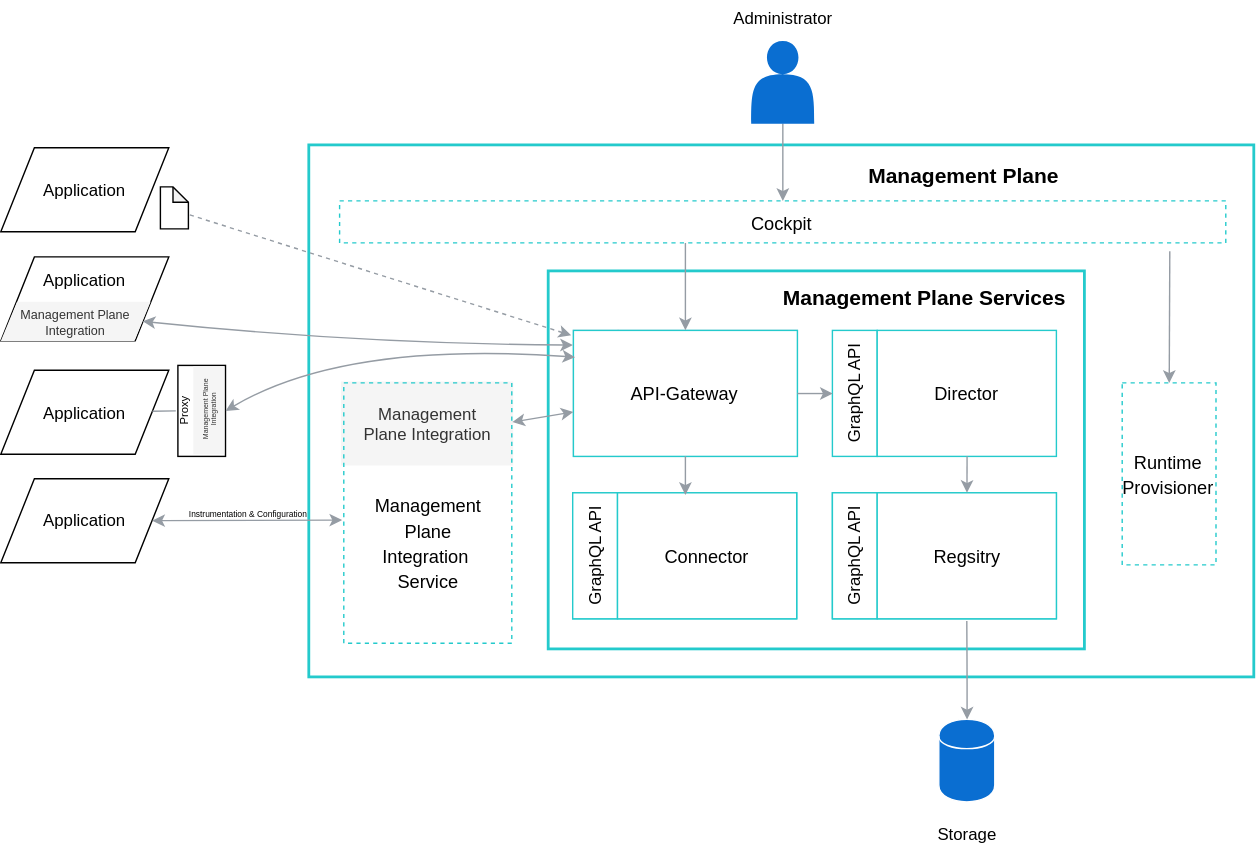
kyma-incubator/compass keeps this draw.io diagram as docs/compass/assets/mp-components.svg. Above is the earlier version. Source tidied: cells renumbered, new cells last; positions are measured from the earlier drawing's top-left corner, leaving out a move shared by most shapes.
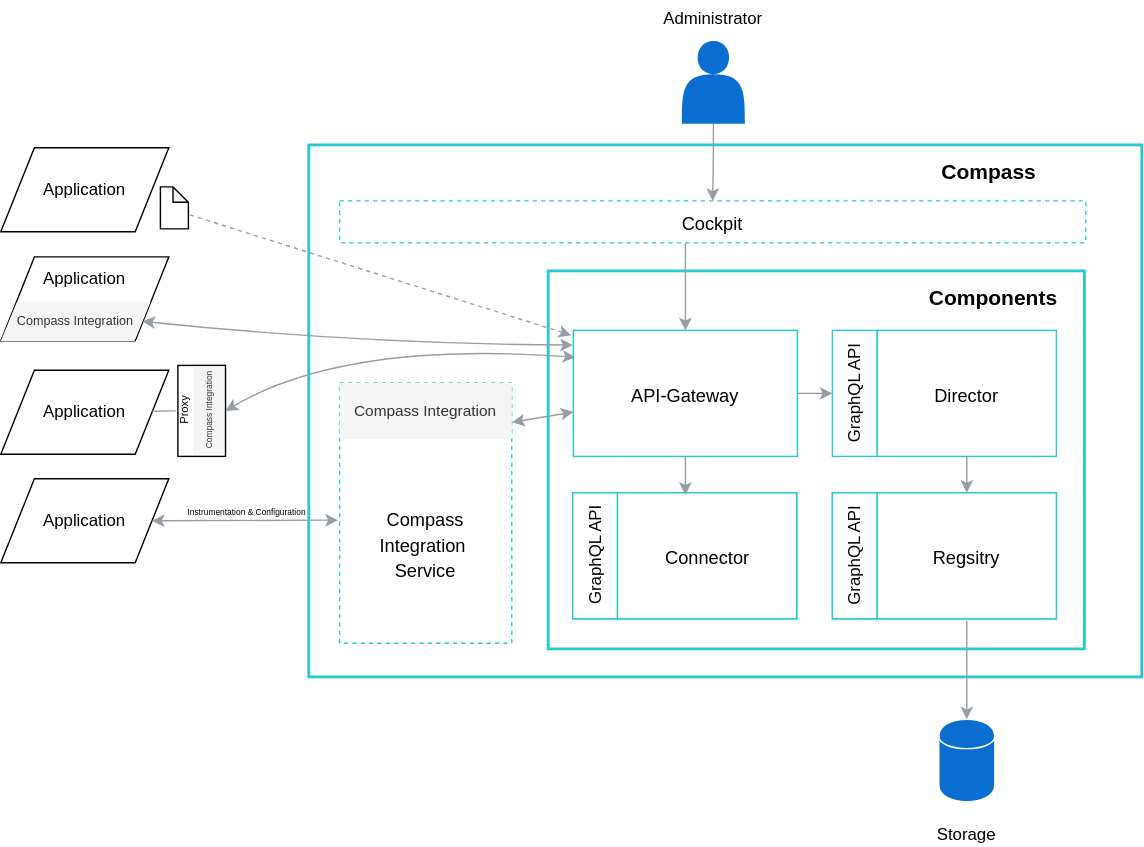
Above is the later version.

What changed in the source:
```diff
@@ -3,11 +3,8 @@
     <mxCell id="0" />
     <mxCell id="1" parent="0" />
     <mxCell id="2" style="rounded=0;whiteSpace=wrap;html=1;labelBackgroundColor=none;strokeColor=#24CACC;strokeWidth=2;fillColor=#FFFFFF;gradientColor=none;fontFamily=Helvetica;fontSize=15;fontColor=#000000;" parent="1" vertex="1">
-      <mxGeometry x="220" y="102" width="675" height="380" as="geometry" />
+      <mxGeometry x="220" y="102" width="595" height="380" as="geometry" />
     </mxCell>
-    <mxCell id="3" value="Management&lt;br&gt;Plane Integration&lt;br&gt;" style="rounded=0;whiteSpace=wrap;html=1;fillColor=#f5f5f5;strokeColor=none;fontColor=#333333;" parent="1" vertex="1">
-      <mxGeometry x="243" y="271" width="123" height="60" as="geometry" />
-    </mxCell>
     <mxCell id="4" style="rounded=0;whiteSpace=wrap;html=1;labelBackgroundColor=none;strokeColor=#24CACC;strokeWidth=2;fillColor=#FFFFFF;gradientColor=none;fontFamily=Helvetica;fontSize=15;fontColor=#000000;" parent="1" vertex="1">
       <mxGeometry x="391" y="192" width="383" height="270" as="geometry" />
     </mxCell>
@@ -44,8 +41,8 @@
     <mxCell id="15" value="&lt;font style=&quot;font-size: 13px&quot;&gt;Connector&lt;br&gt;&lt;/font&gt;" style="rounded=0;whiteSpace=wrap;html=1;labelBackgroundColor=none;strokeColor=#24CACC;strokeWidth=1;fillColor=#FFFFFF;gradientColor=none;fontFamily=Helvetica;fontSize=15;fontColor=#000000;" parent="13" vertex="1">
       <mxGeometry x="32" width="128" height="90" as="geometry" />
     </mxCell>
-    <mxCell id="16" value="&lt;b&gt;Management Plane Services&lt;br&gt;&lt;/b&gt;" style="text;html=1;strokeColor=none;fillColor=none;align=center;verticalAlign=middle;whiteSpace=wrap;rounded=0;labelBackgroundColor=none;fontFamily=Helvetica;fontSize=15;fontColor=#000000;" parent="1" vertex="1">
-      <mxGeometry x="554" y="192" width="211" height="37" as="geometry" />
+    <mxCell id="16" value="&lt;b&gt;Components&lt;br&gt;&lt;/b&gt;" style="text;html=1;strokeColor=none;fillColor=none;align=right;verticalAlign=middle;whiteSpace=wrap;rounded=0;labelBackgroundColor=none;fontFamily=Helvetica;fontSize=15;fontColor=#000000;" parent="1" vertex="1">
+      <mxGeometry x="545.5" y="192" width="211" height="37" as="geometry" />
     </mxCell>
     <mxCell id="17" style="group;" parent="1" vertex="1">
       <mxGeometry x="670" y="512.2" width="40" height="91" as="geometry" />
@@ -62,27 +59,21 @@
       </mxGeometry>
     </mxCell>
     <mxCell id="21" value="&lt;font style=&quot;font-size: 13px&quot;&gt;Cockpit&lt;br&gt;&lt;/font&gt;" style="rounded=0;whiteSpace=wrap;html=1;labelBackgroundColor=none;strokeColor=#24CACC;strokeWidth=1;fillColor=#FFFFFF;gradientColor=none;fontFamily=Helvetica;fontSize=15;fontColor=#000000;dashed=1;" parent="1" vertex="1">
-      <mxGeometry x="242" y="142" width="633" height="30" as="geometry" />
+      <mxGeometry x="242" y="142" width="533" height="30" as="geometry" />
     </mxCell>
-    <mxCell id="22" value="&lt;b&gt;Management Plane&lt;br&gt;&lt;/b&gt;" style="text;html=1;strokeColor=none;fillColor=none;align=center;verticalAlign=middle;whiteSpace=wrap;rounded=0;labelBackgroundColor=none;fontFamily=Helvetica;fontSize=15;fontColor=#000000;" parent="1" vertex="1">
-      <mxGeometry x="618.5" y="105" width="138" height="37" as="geometry" />
+    <mxCell id="22" value="&lt;b&gt;Compass&lt;br&gt;&lt;/b&gt;" style="text;html=1;strokeColor=none;fillColor=none;align=center;verticalAlign=middle;whiteSpace=wrap;rounded=0;labelBackgroundColor=none;fontFamily=Helvetica;fontSize=15;fontColor=#000000;" parent="1" vertex="1">
+      <mxGeometry x="637" y="102" width="138" height="37" as="geometry" />
     </mxCell>
     <mxCell id="23" style="edgeStyle=orthogonalEdgeStyle;jettySize=auto;html=1;entryX=0.5;entryY=0;entryDx=0;entryDy=0;startFill=0;strokeColor=#959CA4;strokeWidth=1;fontSize=15;" parent="1" edge="1" target="18">
       <mxGeometry relative="1" as="geometry">
         <mxPoint x="690" y="442" as="sourcePoint" />
       </mxGeometry>
     </mxCell>
-    <mxCell id="24" style="rounded=1;jettySize=auto;html=1;exitX=0.5;exitY=0;exitDx=0;exitDy=0;entryX=0.937;entryY=1.2;entryDx=0;entryDy=0;entryPerimeter=0;startArrow=classic;startFill=1;endArrow=none;endFill=0;strokeColor=#959CA4;" parent="1" edge="1" source="25" target="21">
-      <mxGeometry relative="1" as="geometry" />
-    </mxCell>
-    <mxCell id="25" value="&lt;font style=&quot;font-size: 13px&quot;&gt;Runtime Provisioner&lt;br&gt;&lt;/font&gt;" style="rounded=0;whiteSpace=wrap;html=1;labelBackgroundColor=none;strokeColor=#24CACC;strokeWidth=1;fillColor=#FFFFFF;gradientColor=none;fontFamily=Helvetica;fontSize=15;fontColor=#000000;dashed=1;" parent="1" vertex="1">
-      <mxGeometry x="801" y="272" width="67" height="130" as="geometry" />
-    </mxCell>
     <mxCell id="26" style="edgeStyle=orthogonalEdgeStyle;jettySize=auto;html=1;exitX=0.5;exitY=1;exitDx=0;exitDy=0;entryX=0.5;entryY=0;entryDx=0;entryDy=0;startArrow=none;startFill=0;endArrow=classic;endFill=1;strokeColor=#959CA4;strokeWidth=1;fontSize=15;" parent="1" edge="1" source="28" target="21">
       <mxGeometry relative="1" as="geometry" />
     </mxCell>
     <mxCell id="27" style="group;" parent="1" vertex="1">
-      <mxGeometry x="493" y="-0.5" width="130" height="87.4" as="geometry" />
+      <mxGeometry x="443.5" y="-0.5" width="130" height="87.4" as="geometry" />
     </mxCell>
     <mxCell id="28" style="shape=actor;whiteSpace=wrap;html=1;strokeColor=none;strokeWidth=1;fillColor=#0A6ED1;gradientColor=none;fontFamily=Helvetica;fontSize=12;" parent="27" vertex="1">
       <mxGeometry x="43" y="28.4" width="45" height="59" as="geometry" />
@@ -113,8 +104,8 @@
     <mxCell id="36" style="rounded=1;jettySize=auto;html=1;entryX=0.5;entryY=1;entryDx=0;entryDy=0;startArrow=classic;startFill=1;endArrow=none;endFill=0;strokeColor=#959CA4;" parent="1" edge="1" source="32" target="11">
       <mxGeometry relative="1" as="geometry" />
     </mxCell>
-    <mxCell id="37" value="&lt;font style=&quot;font-size: 13px&quot;&gt;Management&lt;br&gt;Plane&lt;br&gt;Integration&amp;nbsp;&lt;br&gt;Service&lt;br&gt;&lt;/font&gt;" style="rounded=0;whiteSpace=wrap;html=1;labelBackgroundColor=none;strokeColor=#24CACC;strokeWidth=1;fillColor=none;gradientColor=none;fontFamily=Helvetica;fontSize=15;fontColor=#000000;dashed=1;spacingTop=43;" parent="1" vertex="1">
-      <mxGeometry x="245" y="272" width="120" height="186" as="geometry" />
+    <mxCell id="37" value="&lt;font style=&quot;font-size: 13px&quot;&gt;Compass&lt;br&gt;Integration&amp;nbsp;&lt;br&gt;Service&lt;br&gt;&lt;/font&gt;" style="rounded=0;whiteSpace=wrap;html=1;labelBackgroundColor=none;strokeColor=#24CACC;strokeWidth=1;fillColor=none;gradientColor=none;fontFamily=Helvetica;fontSize=15;fontColor=#000000;dashed=1;spacingTop=43;" parent="1" vertex="1">
+      <mxGeometry x="242" y="272" width="123" height="186" as="geometry" />
     </mxCell>
     <mxCell id="38" value="Application" style="shape=parallelogram;perimeter=parallelogramPerimeter;whiteSpace=wrap;html=1;" parent="1" vertex="1">
       <mxGeometry y="263" width="120" height="60" as="geometry" />
@@ -125,13 +116,13 @@
     <mxCell id="40" value="Application" style="shape=parallelogram;perimeter=parallelogramPerimeter;whiteSpace=wrap;html=1;spacingBottom=28;" parent="39" vertex="1">
       <mxGeometry width="120" height="60" as="geometry" />
     </mxCell>
-    <mxCell id="41" value="Management Plane Integration" style="shape=parallelogram;perimeter=parallelogramPerimeter;whiteSpace=wrap;html=1;fillColor=#f5f5f5;fontSize=9;size=0.10828302556818044;strokeColor=none;fontColor=#333333;" parent="39" vertex="1">
+    <mxCell id="41" value="Compass Integration" style="shape=parallelogram;perimeter=parallelogramPerimeter;whiteSpace=wrap;html=1;fillColor=#f5f5f5;fontSize=9;size=0.10828302556818044;strokeColor=none;fontColor=#333333;" parent="39" vertex="1">
       <mxGeometry y="32" width="107" height="28" as="geometry" />
     </mxCell>
     <mxCell id="42" value="Proxy" style="rounded=0;whiteSpace=wrap;html=1;fillColor=none;fontSize=8;rotation=-90;labelPosition=center;verticalLabelPosition=middle;align=center;verticalAlign=middle;spacingBottom=25;" parent="1" vertex="1">
       <mxGeometry x="111" y="275" width="65" height="34" as="geometry" />
     </mxCell>
-    <mxCell id="43" value="Management Plane&lt;br style=&quot;font-size: 5px;&quot;&gt;Integration&lt;br style=&quot;font-size: 5px;&quot;&gt;" style="rounded=0;whiteSpace=wrap;html=1;fillColor=#f5f5f5;fontSize=5;strokeColor=none;fontColor=#333333;rotation=-90;" parent="1" vertex="1">
+    <mxCell id="43" value="Compass Integration" style="rounded=0;whiteSpace=wrap;html=1;fillColor=#f5f5f5;fontSize=6;strokeColor=none;fontColor=#333333;rotation=-90;" parent="1" vertex="1">
       <mxGeometry x="117" y="280.5" width="63" height="22" as="geometry" />
     </mxCell>
     <mxCell id="44" style="endArrow=classic;html=1;strokeColor=#959CA4;fontSize=8;exitX=1;exitY=0.5;exitDx=0;exitDy=0;entryX=-0.009;entryY=0.527;entryDx=0;entryDy=0;entryPerimeter=0;startArrow=classic;startFill=1;" parent="1" edge="1" source="34" target="37">
@@ -171,5 +162,8 @@
     <mxCell id="51" value="Instrumentation &amp;amp; Configuration&lt;br style=&quot;font-size: 6px;&quot;&gt;" style="text;html=1;strokeColor=none;fillColor=none;align=center;verticalAlign=middle;whiteSpace=wrap;rounded=0;fontSize=6;" parent="1" vertex="1">
       <mxGeometry x="101" y="355" width="150" height="20" as="geometry" />
     </mxCell>
+    <mxCell id="52" value="Compass Integration" style="rounded=0;whiteSpace=wrap;html=1;fillColor=#f5f5f5;fontSize=11;strokeColor=none;fontColor=#333333;rotation=0;" parent="1" vertex="1">
+      <mxGeometry x="242" y="272" width="123" height="40" as="geometry" />
+    </mxCell>
   </root>
 </mxGraphModel>
```
